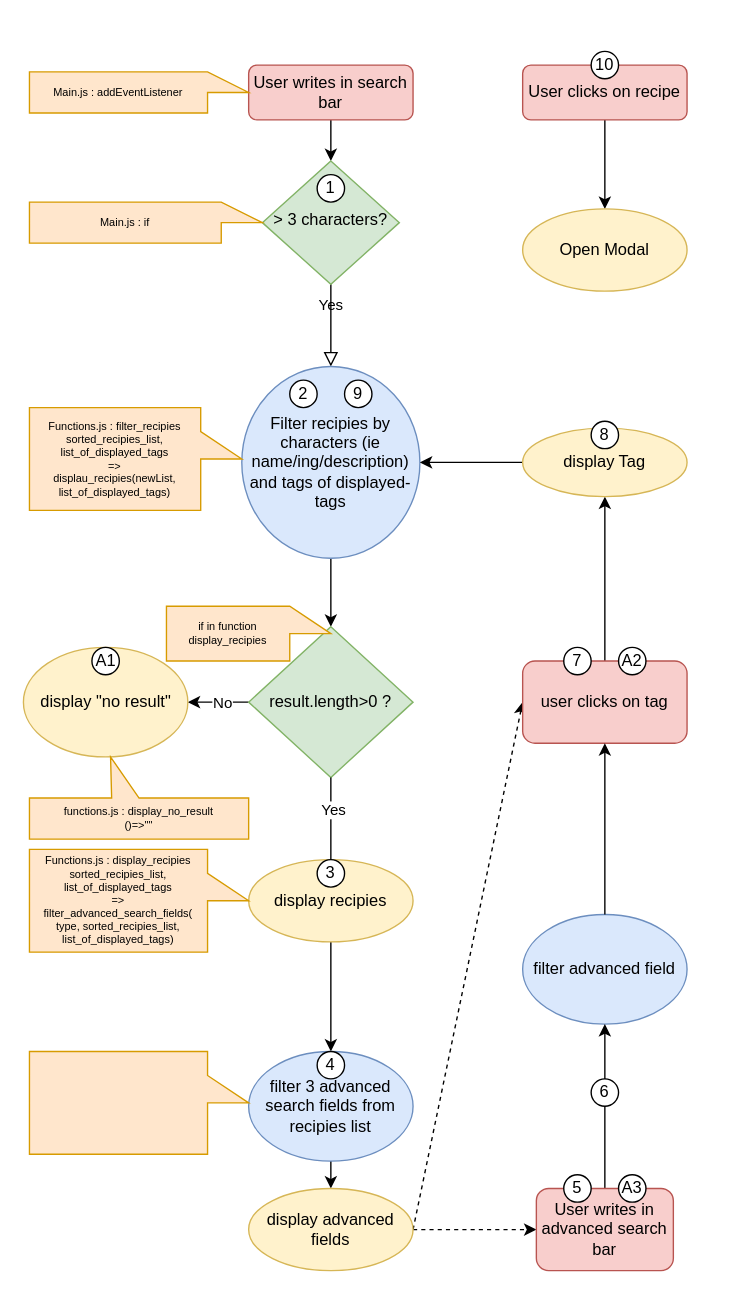
MarionDoubeck/MarionDoubeck_7_08122021 keeps this draw.io diagram as docs de cours/algorigramme.drawio. Above is the earlier version. Source tidied: cells renumbered, new cells numbered last; positions are measured from the earlier drawing's top-left corner, leaving out a move shared by most shapes. Both pictures are drawn from the tidied source at 137%, with x=0, y=0 at pixel (23, 51).
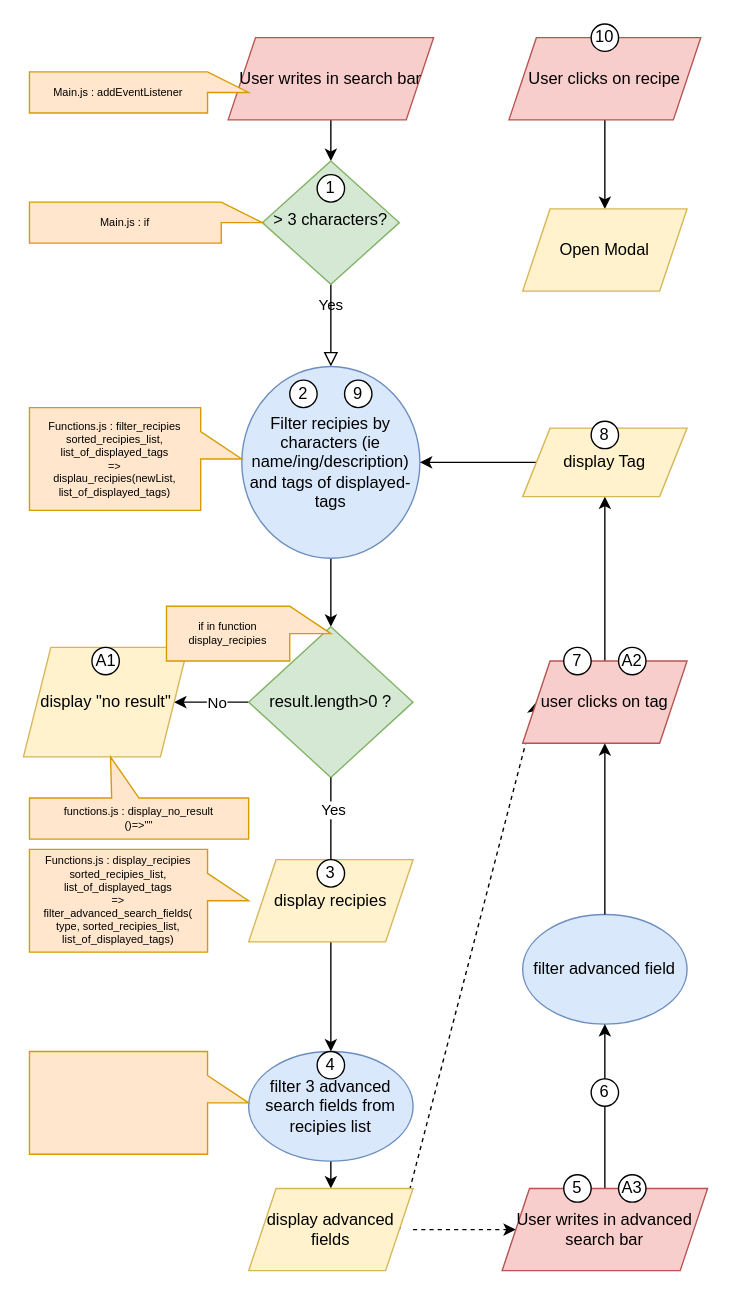
The same diagram, later.

Change to the diagram source:
```diff
@@
-    <mxCell id="4" value="User writes in search bar" style="rounded=1;whiteSpace=wrap;html=1;fontSize=12;glass=0;strokeWidth=1;shadow=0;fillColor=#f8cecc;strokeColor=#b85450;" parent="1" vertex="1">
-      <mxGeometry x="164" y="10" width="120" height="40" as="geometry" />
+    <mxCell id="4" value="User writes in search bar" style="shape=parallelogram;perimeter=parallelogramPerimeter;whiteSpace=wrap;html=1;fixedSize=1;fillColor=#f8cecc;strokeColor=#b85450;" parent="1" vertex="1">
+      <mxGeometry x="149" y="-10" width="150" height="60" as="geometry" />
     </mxCell>
@@
-    <mxCell id="12" value="display &quot;no result&quot;" style="ellipse;whiteSpace=wrap;html=1;fillColor=#fff2cc;strokeColor=#d6b656;" parent="1" vertex="1">
+    <mxCell id="12" value="display &quot;no result&quot;" style="shape=parallelogram;perimeter=parallelogramPerimeter;whiteSpace=wrap;html=1;fixedSize=1;fillColor=#fff2cc;strokeColor=#d6b656;" parent="1" vertex="1">
       <mxGeometry x="-0.4" y="435" width="120" height="80" as="geometry" />
     </mxCell>
@@
-    <mxCell id="14" value="display recipies" style="ellipse;whiteSpace=wrap;html=1;fillColor=#fff2cc;strokeColor=#d6b656;" parent="1" vertex="1">
+    <mxCell id="14" value="display recipies" style="shape=parallelogram;perimeter=parallelogramPerimeter;whiteSpace=wrap;html=1;fixedSize=1;fillColor=#fff2cc;strokeColor=#d6b656;" parent="1" vertex="1">
       <mxGeometry x="164" y="590" width="120" height="60" as="geometry" />
     </mxCell>
@@
-    <mxCell id="19" value="display advanced fields" style="ellipse;whiteSpace=wrap;html=1;fillColor=#fff2cc;strokeColor=#d6b656;" parent="1" vertex="1">
+    <mxCell id="19" value="display advanced fields" style="shape=parallelogram;perimeter=parallelogramPerimeter;whiteSpace=wrap;html=1;fixedSize=1;fillColor=#fff2cc;strokeColor=#d6b656;" parent="1" vertex="1">
       <mxGeometry x="164" y="830" width="120" height="60" as="geometry" />
     </mxCell>
@@
-    <mxCell id="21" value="User writes in advanced search bar" style="rounded=1;whiteSpace=wrap;html=1;fillColor=#f8cecc;strokeColor=#b85450;" parent="1" vertex="1">
-      <mxGeometry x="374" y="830" width="100" height="60" as="geometry" />
+    <mxCell id="21" value="User writes in advanced search bar" style="shape=parallelogram;perimeter=parallelogramPerimeter;whiteSpace=wrap;html=1;fixedSize=1;fillColor=#f8cecc;strokeColor=#b85450;" parent="1" vertex="1">
+      <mxGeometry x="349" y="830" width="150" height="60" as="geometry" />
     </mxCell>
@@
-    <mxCell id="23" value="user clicks on tag" style="rounded=1;whiteSpace=wrap;html=1;fillColor=#f8cecc;strokeColor=#b85450;" parent="1" vertex="1">
+    <mxCell id="23" value="user clicks on tag" style="shape=parallelogram;perimeter=parallelogramPerimeter;whiteSpace=wrap;html=1;fixedSize=1;fillColor=#f8cecc;strokeColor=#b85450;" parent="1" vertex="1">
       <mxGeometry x="364" y="445" width="120" height="60" as="geometry" />
     </mxCell>
@@
-    <mxCell id="25" value="User clicks on recipe" style="rounded=1;whiteSpace=wrap;html=1;fillColor=#f8cecc;strokeColor=#b85450;" parent="1" vertex="1">
-      <mxGeometry x="364" y="10" width="120" height="40" as="geometry" />
+    <mxCell id="25" value="User clicks on recipe" style="shape=parallelogram;perimeter=parallelogramPerimeter;whiteSpace=wrap;html=1;fixedSize=1;fillColor=#f8cecc;strokeColor=#b85450;" parent="1" vertex="1">
+      <mxGeometry x="354" y="-10" width="140" height="60" as="geometry" />
     </mxCell>
-    <mxCell id="26" value="Open Modal" style="ellipse;whiteSpace=wrap;html=1;rounded=1;fillColor=#fff2cc;strokeColor=#d6b656;" parent="1" vertex="1">
+    <mxCell id="26" value="Open Modal" style="shape=parallelogram;perimeter=parallelogramPerimeter;whiteSpace=wrap;html=1;fixedSize=1;fillColor=#fff2cc;strokeColor=#d6b656;" parent="1" vertex="1">
       <mxGeometry x="364" y="115" width="120" height="60" as="geometry" />
     </mxCell>
@@
     <mxCell id="34" value="10" style="ellipse;whiteSpace=wrap;html=1;" parent="1" vertex="1">
-      <mxGeometry x="414" width="20" height="20" as="geometry" />
+      <mxGeometry x="414" y="-20" width="20" height="20" as="geometry" />
     </mxCell>
@@
-    <mxCell id="37" value="display Tag" style="ellipse;whiteSpace=wrap;html=1;rounded=1;fillColor=#fff2cc;strokeColor=#d6b656;" parent="1" vertex="1">
+    <mxCell id="37" value="display Tag" style="shape=parallelogram;perimeter=parallelogramPerimeter;whiteSpace=wrap;html=1;fixedSize=1;fillColor=#fff2cc;strokeColor=#d6b656;" parent="1" vertex="1">
       <mxGeometry x="364" y="275" width="120" height="50" as="geometry" />
     </mxCell>
```
